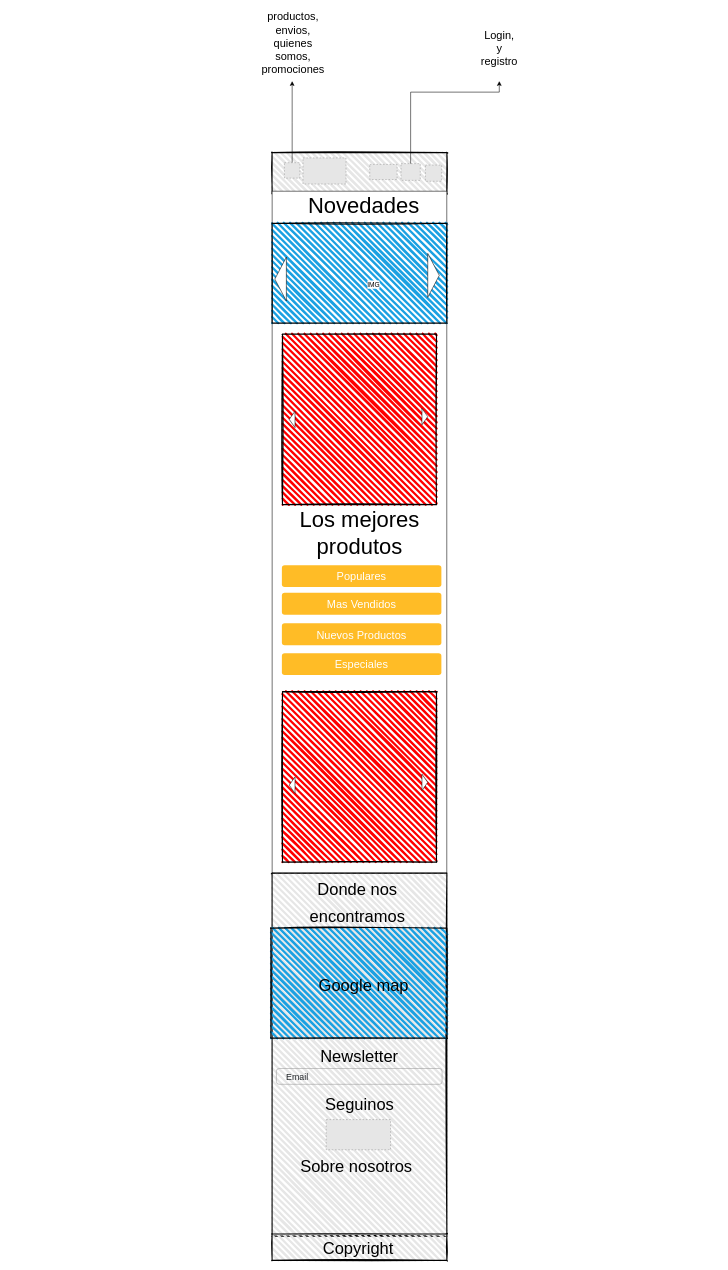
Above: page "Page-1" (1 of 3) of Bocetos/Bocetos-de-Home/Home-320.drawio in Evaristodantur/BierClub (draw.io), before the change. Source tidied: cells renumbered, new cells numbered last; positions are measured from the earlier drawing's top-left corner, leaving out a move shared by most shapes. Both pictures are drawn from the tidied source at 55%, with x=0, y=0 at pixel (9, 37). Pictures stored in the file or linked from it are replaced by grey dashed boxes.
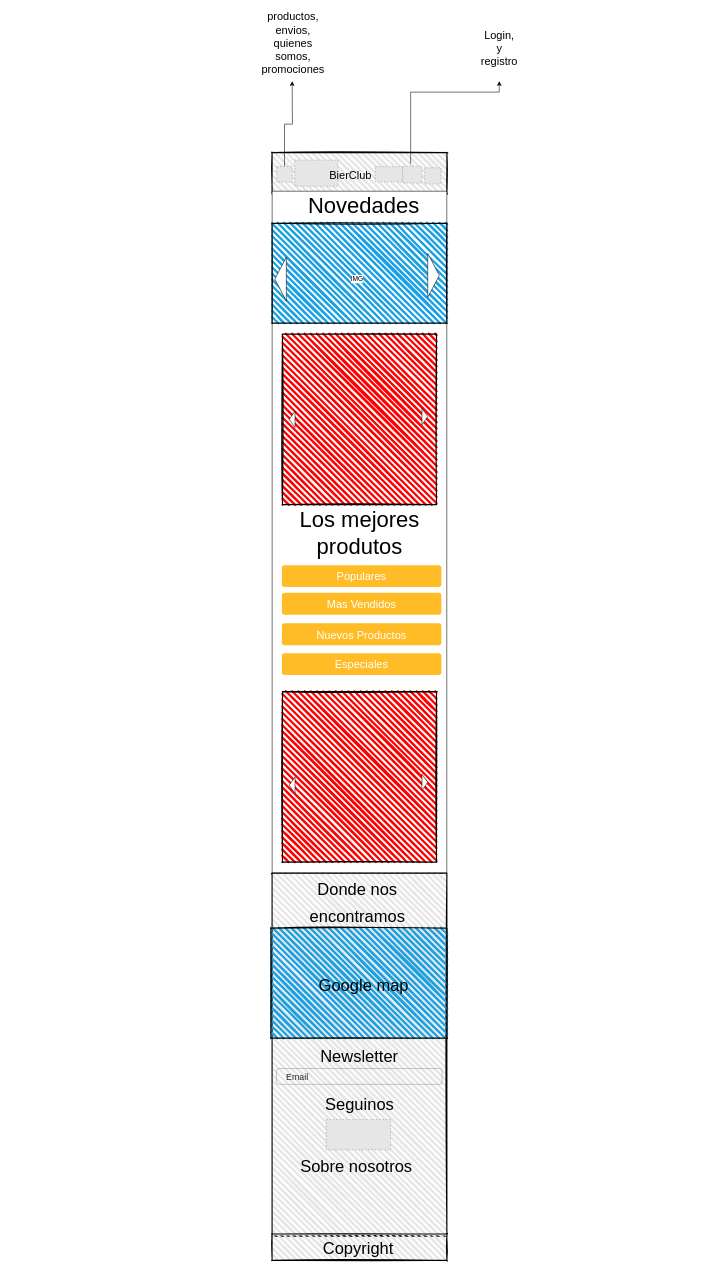
The same diagram, later.

The edit, as a diff of the source:
```diff
@@
     <mxCell id="7" value="IMG" style="text;html=1;strokeColor=none;fillColor=none;align=center;verticalAlign=middle;whiteSpace=wrap;rounded=0;labelBackgroundColor=#ffffff;sketch=0;" parent="1" vertex="1">
-      <mxGeometry x="655.8" y="440.1" width="14" height="19.9" as="geometry" />
+      <mxGeometry x="626.3" y="429.9" width="14" height="19.9" as="geometry" />
     </mxCell>
-    <mxCell id="8" style="fillColor=#E6E6E6;strokeColor=#999999;dashed=1;verticalLabelPosition=bottom;labelBackgroundColor=#ffffff;verticalAlign=top;" parent="1" vertex="1">
-      <mxGeometry x="757" y="232.6" width="29.5" height="29.5" as="geometry" />
-    </mxCell>
-    <mxCell id="9" style="fillColor=#E6E6E6;strokeColor=#999999;dashed=1;verticalLabelPosition=bottom;labelBackgroundColor=#ffffff;verticalAlign=top;" parent="1" vertex="1">
-      <mxGeometry x="534.4" y="219.6" width="78.2" height="47.5" as="geometry" />
-    </mxCell>
@@
-    <mxCell id="19" style="fillColor=#E6E6E6;strokeColor=#999999;dashed=1;verticalLabelPosition=bottom;labelBackgroundColor=#ffffff;verticalAlign=top;" parent="1" vertex="1">
-      <mxGeometry x="712.6" y="230" width="35" height="30.4" as="geometry" />
-    </mxCell>
-    <mxCell id="20" style="edgeStyle=orthogonalEdgeStyle;rounded=0;jettySize=auto;html=1;" parent="1" edge="1" source="21">
+    <mxCell id="20" style="edgeStyle=orthogonalEdgeStyle;rounded=0;jettySize=auto;html=1;exitX=0.5;exitY=0;exitDx=0;exitDy=0;" parent="1" edge="1" source="44">
       <mxGeometry relative="1" as="geometry">
         <mxPoint x="514.7" y="80" as="targetPoint" />
       </mxGeometry>
     </mxCell>
-    <mxCell id="21" style="fillColor=#E6E6E6;strokeColor=#999999;dashed=1;verticalLabelPosition=bottom;labelBackgroundColor=#ffffff;verticalAlign=top;" parent="1" vertex="1">
-      <mxGeometry x="500.6" y="228.3" width="28.1" height="28.1" as="geometry" />
-    </mxCell>
-    <mxCell id="22" style="edgeStyle=orthogonalEdgeStyle;rounded=0;jettySize=auto;html=1;" parent="1" edge="1" source="19">
+    <mxCell id="22" style="edgeStyle=orthogonalEdgeStyle;rounded=0;orthogonalLoop=1;jettySize=auto;html=1;" parent="1" edge="1">
       <mxGeometry relative="1" as="geometry">
+        <mxPoint x="730.1" y="230" as="sourcePoint" />
         <mxPoint x="891.3" y="80" as="targetPoint" />
         <Array as="points">
           <mxPoint x="891.3" y="100" />
         </Array>
       </mxGeometry>
     </mxCell>
@@
-    <mxCell id="25" style="fillColor=#E6E6E6;strokeColor=#999999;dashed=1;verticalLabelPosition=bottom;labelBackgroundColor=#ffffff;verticalAlign=top;" parent="1" vertex="1">
-      <mxGeometry x="655.8" y="231.4" width="49.7" height="27.6" as="geometry" />
-    </mxCell>
@@
+    <mxCell id="42" style="fillColor=#E6E6E6;strokeColor=#999999;dashed=1;verticalLabelPosition=bottom;labelBackgroundColor=#ffffff;verticalAlign=top;" parent="1" vertex="1">
+      <mxGeometry x="755.8" y="237.5" width="29.5" height="29.5" as="geometry" />
+    </mxCell>
+    <mxCell id="43" style="fillColor=#E6E6E6;strokeColor=#999999;dashed=1;verticalLabelPosition=bottom;labelBackgroundColor=#ffffff;verticalAlign=top;" parent="1" vertex="1">
+      <mxGeometry x="715.4" y="234.9" width="35" height="30.4" as="geometry" />
+    </mxCell>
+    <mxCell id="44" style="fillColor=#E6E6E6;strokeColor=#999999;dashed=1;verticalLabelPosition=bottom;labelBackgroundColor=#ffffff;verticalAlign=top;" parent="1" vertex="1">
+      <mxGeometry x="486.7" y="235.3" width="28.1" height="28.1" as="geometry" />
+    </mxCell>
+    <mxCell id="45" style="fillColor=#E6E6E6;strokeColor=#999999;dashed=1;verticalLabelPosition=bottom;labelBackgroundColor=#ffffff;verticalAlign=top;" parent="1" vertex="1">
+      <mxGeometry x="519.5" y="223.6" width="78.2" height="47.5" as="geometry" />
+    </mxCell>
+    <mxCell id="46" value="&lt;font style=&quot;font-size: 20px&quot;&gt;BierClub&lt;/font&gt;" style="text;html=1;strokeColor=none;fillColor=none;align=center;verticalAlign=middle;whiteSpace=wrap;rounded=0;fontSize=40;" parent="1" vertex="1">
+      <mxGeometry x="532" y="233.3" width="177.9" height="19.9" as="geometry" />
+    </mxCell>
+    <mxCell id="47" style="fillColor=#E6E6E6;strokeColor=#999999;dashed=1;verticalLabelPosition=bottom;labelBackgroundColor=#ffffff;verticalAlign=top;" parent="1" vertex="1">
+      <mxGeometry x="665.7" y="235.5" width="49.7" height="27.6" as="geometry" />
+    </mxCell>
```
